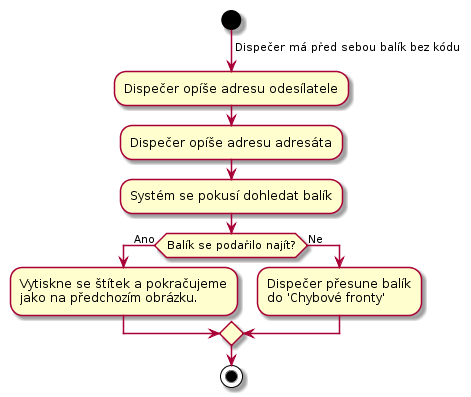
The PlantUML diagram docs/diagrams/out/uc-21-activity-3.png in Internet-Handel/postman, before a commit.
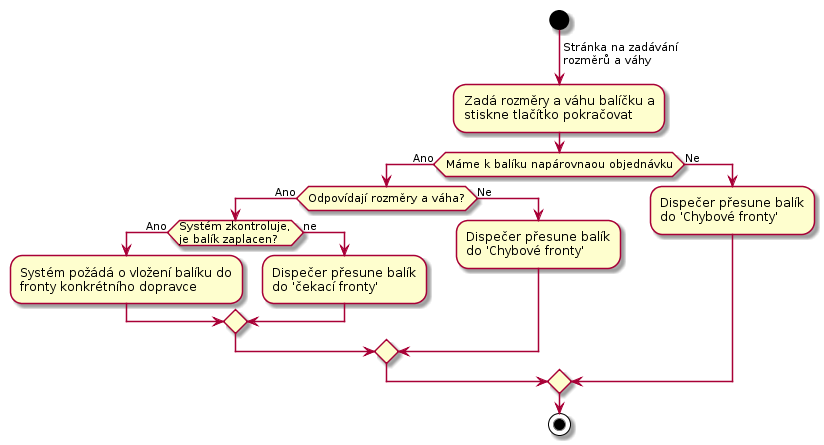
After the commit.

What changed in the source:
```diff
@@ -1,19 +1,26 @@
 @startuml
 start
-->Dispečer má před sebou balík bez kódu;
+-> Stránka na zadávání\nrozměrů a váhy;
+:Zadá rozměry a váhu balíčku a
+stiskne tlačítko pokračovat;
 
-:Dispečer opíše adresu odesílatele;
+if (Máme k balíku napárovnaou objednávku) then (Ano)
 
-:Dispečer opíše adresu adresáta;
-
-:Systém se pokusí dohledat balík;
-
-if (Balík se podařilo najít?) then (Ano)
-  :Vytiskne se štítek a pokračujeme
-  jako na předchozím obrázku.;
+    if (Odpovídají rozměry a váha?) then (Ano)
+        if (Systém zkontroluje,\nje balík zaplacen?) then (Ano)
+            :Systém požádá o vložení balíku do
+            fronty konkrétního dopravce;
+        else (ne)
+            :Dispečer přesune balík
+            do 'čekací fronty';
+        endif
+    else (Ne)
+        :Dispečer přesune balík
+        do 'Chybové fronty';
+    endif
 else (Ne)
-  :Dispečer přesune balík
-  do 'Chybové fronty';
+    :Dispečer přesune balík
+    do 'Chybové fronty';
 endif
 
 stop
```
